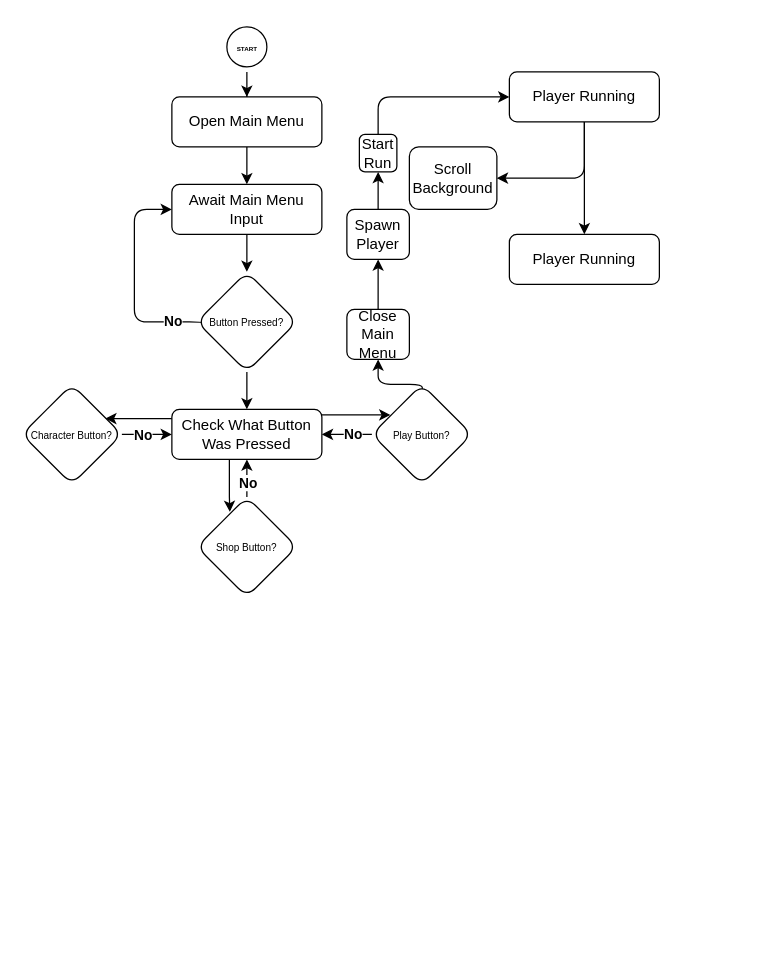
PsychicHavocTV/CPPSideScroller keeps this draw.io diagram as GameLoopFC.drawio. Above is the earlier version. Source tidied: cells renumbered, new cells numbered last; positions are measured from the earlier drawing's top-left corner, leaving out a move shared by most shapes. Both pictures are drawn from the tidied source at 125%, with x=0, y=0 at pixel (21, 21).
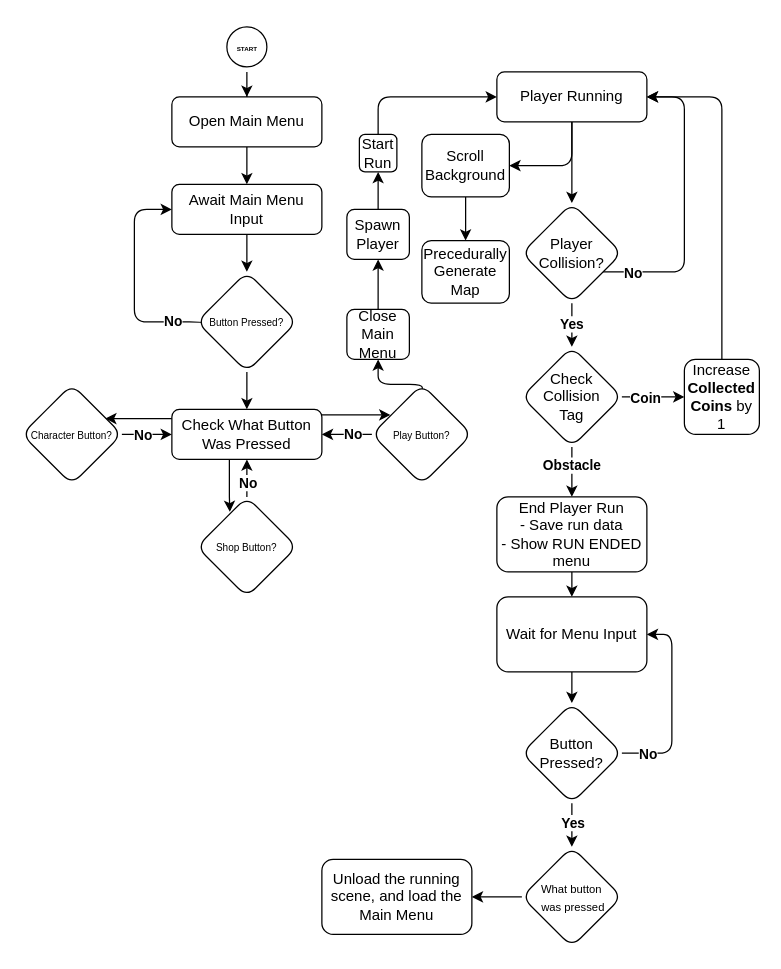
After the change.

The edit, as a diff of the source:
```diff
@@
     <mxCell id="32" style="edgeStyle=orthogonalEdgeStyle;rounded=1;jettySize=auto;html=1;exitX=0.5;exitY=1;exitDx=0;exitDy=0;" parent="1" edge="1" source="34" target="35">
       <mxGeometry relative="1" as="geometry">
         <Array as="points">
-          <mxPoint x="450" y="125" />
+          <mxPoint x="440" y="115" />
         </Array>
       </mxGeometry>
     </mxCell>
-    <mxCell id="33" style="edgeStyle=orthogonalEdgeStyle;rounded=0;jettySize=auto;html=1;" parent="1" edge="1" source="34" target="36">
-      <mxGeometry relative="1" as="geometry" />
-    </mxCell>
+    <mxCell id="37" style="edgeStyle=orthogonalEdgeStyle;rounded=0;jettySize=auto;html=1;" parent="1" edge="1" source="34" target="44">
+      <mxGeometry relative="1" as="geometry" />
+    </mxCell>
     <mxCell id="34" value="Player Running" style="rounded=1;whiteSpace=wrap;html=1;fontSize=12;glass=0;strokeWidth=1;shadow=0;" parent="1" vertex="1">
-      <mxGeometry x="390" y="40" width="120" height="40" as="geometry" />
+      <mxGeometry x="380" y="40" width="120" height="40" as="geometry" />
     </mxCell>
+    <mxCell id="38" style="edgeStyle=orthogonalEdgeStyle;rounded=0;jettySize=auto;html=1;" parent="1" edge="1" source="35" target="39">
+      <mxGeometry relative="1" as="geometry" />
+    </mxCell>
     <mxCell id="35" value="Scroll Background" style="rounded=1;whiteSpace=wrap;html=1;fontSize=12;glass=0;strokeWidth=1;shadow=0;" parent="1" vertex="1">
-      <mxGeometry x="310" y="100" width="70" height="50" as="geometry" />
+      <mxGeometry x="320" y="90" width="70" height="50" as="geometry" />
     </mxCell>
-    <mxCell id="36" value="Player Running" style="rounded=1;whiteSpace=wrap;html=1;fontSize=12;glass=0;strokeWidth=1;shadow=0;" parent="1" vertex="1">
-      <mxGeometry x="390" y="170" width="120" height="40" as="geometry" />
-    </mxCell>
+    <mxCell id="39" value="Precedurally Generate Map" style="rounded=1;whiteSpace=wrap;html=1;fontSize=12;glass=0;strokeWidth=1;shadow=0;" parent="1" vertex="1">
+      <mxGeometry x="320" y="175" width="70" height="50" as="geometry" />
+    </mxCell>
+    <mxCell id="40" style="edgeStyle=orthogonalEdgeStyle;rounded=1;jettySize=auto;html=1;entryX=1;entryY=0.5;entryDx=0;entryDy=0;" parent="1" edge="1" source="44" target="34">
+      <mxGeometry relative="1" as="geometry">
+        <Array as="points">
+          <mxPoint x="530" y="200" />
+          <mxPoint x="530" y="60" />
+        </Array>
+      </mxGeometry>
+    </mxCell>
+    <mxCell id="41" value="&lt;b&gt;No&lt;br&gt;&lt;/b&gt;" style="edgeLabel;html=1;align=center;verticalAlign=middle;" parent="40" vertex="1">
+      <mxGeometry x="-0.88" relative="1" as="geometry">
+        <mxPoint x="9" as="offset" />
+      </mxGeometry>
+    </mxCell>
+    <mxCell id="42" style="edgeStyle=orthogonalEdgeStyle;rounded=0;jettySize=auto;html=1;" parent="1" edge="1" source="44" target="49">
+      <mxGeometry relative="1" as="geometry" />
+    </mxCell>
+    <mxCell id="43" value="&lt;b&gt;Yes&lt;/b&gt;" style="edgeLabel;html=1;align=center;verticalAlign=middle;" parent="42" vertex="1">
+      <mxGeometry x="-0.28" y="-1" relative="1" as="geometry" />
+    </mxCell>
+    <mxCell id="44" value="Player Collision?" style="rhombus;whiteSpace=wrap;html=1;rounded=1;glass=0;strokeWidth=1;shadow=0;" parent="1" vertex="1">
+      <mxGeometry x="400" y="145" width="80" height="80" as="geometry" />
+    </mxCell>
+    <mxCell id="45" style="edgeStyle=orthogonalEdgeStyle;rounded=0;jettySize=auto;html=1;" parent="1" edge="1" source="49" target="51">
+      <mxGeometry relative="1" as="geometry" />
+    </mxCell>
+    <mxCell id="46" value="&lt;b&gt;Coin&lt;/b&gt;" style="edgeLabel;html=1;align=center;verticalAlign=middle;" parent="45" vertex="1">
+      <mxGeometry x="-0.3" relative="1" as="geometry" />
+    </mxCell>
+    <mxCell id="47" style="edgeStyle=orthogonalEdgeStyle;rounded=0;jettySize=auto;html=1;entryX=0.5;entryY=0;entryDx=0;entryDy=0;" parent="1" edge="1" source="49" target="53">
+      <mxGeometry relative="1" as="geometry" />
+    </mxCell>
+    <mxCell id="48" value="&lt;b&gt;Obstacle&lt;/b&gt;" style="edgeLabel;html=1;align=center;verticalAlign=middle;" parent="47" vertex="1">
+      <mxGeometry x="-0.28" y="-1" relative="1" as="geometry" />
+    </mxCell>
+    <mxCell id="49" value="Check Collision&lt;br&gt;Tag" style="rhombus;whiteSpace=wrap;html=1;rounded=1;glass=0;strokeWidth=1;shadow=0;" parent="1" vertex="1">
+      <mxGeometry x="400" y="260" width="80" height="80" as="geometry" />
+    </mxCell>
+    <mxCell id="50" style="edgeStyle=orthogonalEdgeStyle;rounded=1;jettySize=auto;html=1;entryX=1;entryY=0.5;entryDx=0;entryDy=0;" parent="1" edge="1" source="51" target="34">
+      <mxGeometry relative="1" as="geometry">
+        <Array as="points">
+          <mxPoint x="560" y="60" />
+        </Array>
+      </mxGeometry>
+    </mxCell>
+    <mxCell id="51" value="Increase &lt;b&gt;Collected Coins&lt;/b&gt;&amp;nbsp;by 1" style="whiteSpace=wrap;html=1;rounded=1;glass=0;strokeWidth=1;shadow=0;" parent="1" vertex="1">
+      <mxGeometry x="530" y="270" width="60" height="60" as="geometry" />
+    </mxCell>
+    <mxCell id="52" style="edgeStyle=orthogonalEdgeStyle;rounded=1;jettySize=auto;html=1;" parent="1" edge="1" source="53" target="55">
+      <mxGeometry relative="1" as="geometry" />
+    </mxCell>
+    <mxCell id="53" value="End Player Run&lt;br&gt;- Save run data&lt;br&gt;- Show RUN ENDED menu" style="whiteSpace=wrap;html=1;rounded=1;glass=0;strokeWidth=1;shadow=0;" parent="1" vertex="1">
+      <mxGeometry x="380" y="380" width="120" height="60" as="geometry" />
+    </mxCell>
+    <mxCell id="54" style="edgeStyle=orthogonalEdgeStyle;rounded=1;jettySize=auto;html=1;" parent="1" edge="1" source="55" target="60">
+      <mxGeometry relative="1" as="geometry" />
+    </mxCell>
+    <mxCell id="55" value="Wait for Menu Input" style="whiteSpace=wrap;html=1;rounded=1;glass=0;strokeWidth=1;shadow=0;" parent="1" vertex="1">
+      <mxGeometry x="380" y="460" width="120" height="60" as="geometry" />
+    </mxCell>
+    <mxCell id="56" style="edgeStyle=orthogonalEdgeStyle;rounded=1;jettySize=auto;html=1;entryX=1;entryY=0.5;entryDx=0;entryDy=0;exitX=1;exitY=0.5;exitDx=0;exitDy=0;" parent="1" edge="1" source="60" target="55">
+      <mxGeometry relative="1" as="geometry">
+        <Array as="points">
+          <mxPoint x="520" y="585" />
+          <mxPoint x="520" y="490" />
+        </Array>
+      </mxGeometry>
+    </mxCell>
+    <mxCell id="57" value="&lt;b&gt;No&lt;/b&gt;" style="edgeLabel;html=1;align=center;verticalAlign=middle;" parent="56" vertex="1">
+      <mxGeometry x="-0.86" y="1" relative="1" as="geometry">
+        <mxPoint x="9" y="1" as="offset" />
+      </mxGeometry>
+    </mxCell>
+    <mxCell id="58" style="edgeStyle=orthogonalEdgeStyle;rounded=1;jettySize=auto;html=1;" parent="1" edge="1" source="60" target="62">
+      <mxGeometry relative="1" as="geometry" />
+    </mxCell>
+    <mxCell id="59" value="&lt;b&gt;Yes&lt;/b&gt;" style="edgeLabel;html=1;align=center;verticalAlign=middle;" parent="58" vertex="1">
+      <mxGeometry x="0.31" relative="1" as="geometry">
+        <mxPoint y="-4" as="offset" />
+      </mxGeometry>
+    </mxCell>
+    <mxCell id="60" value="Button Pressed?" style="rhombus;whiteSpace=wrap;html=1;rounded=1;glass=0;strokeWidth=1;shadow=0;" parent="1" vertex="1">
+      <mxGeometry x="400" y="545" width="80" height="80" as="geometry" />
+    </mxCell>
+    <mxCell id="61" style="edgeStyle=orthogonalEdgeStyle;rounded=1;jettySize=auto;html=1;fontSize=9;" parent="1" edge="1" source="62" target="63">
+      <mxGeometry relative="1" as="geometry" />
+    </mxCell>
+    <mxCell id="62" value="&lt;font style=&quot;font-size: 9px;&quot;&gt;What button&lt;br&gt;&amp;nbsp;was pressed&lt;/font&gt;" style="rhombus;whiteSpace=wrap;html=1;rounded=1;glass=0;strokeWidth=1;shadow=0;" parent="1" vertex="1">
+      <mxGeometry x="400" y="660" width="80" height="80" as="geometry" />
+    </mxCell>
+    <mxCell id="63" value="Unload the running scene, and load the Main Menu" style="whiteSpace=wrap;html=1;rounded=1;glass=0;strokeWidth=1;shadow=0;" parent="1" vertex="1">
+      <mxGeometry x="240" y="670" width="120" height="60" as="geometry" />
+    </mxCell>
```
